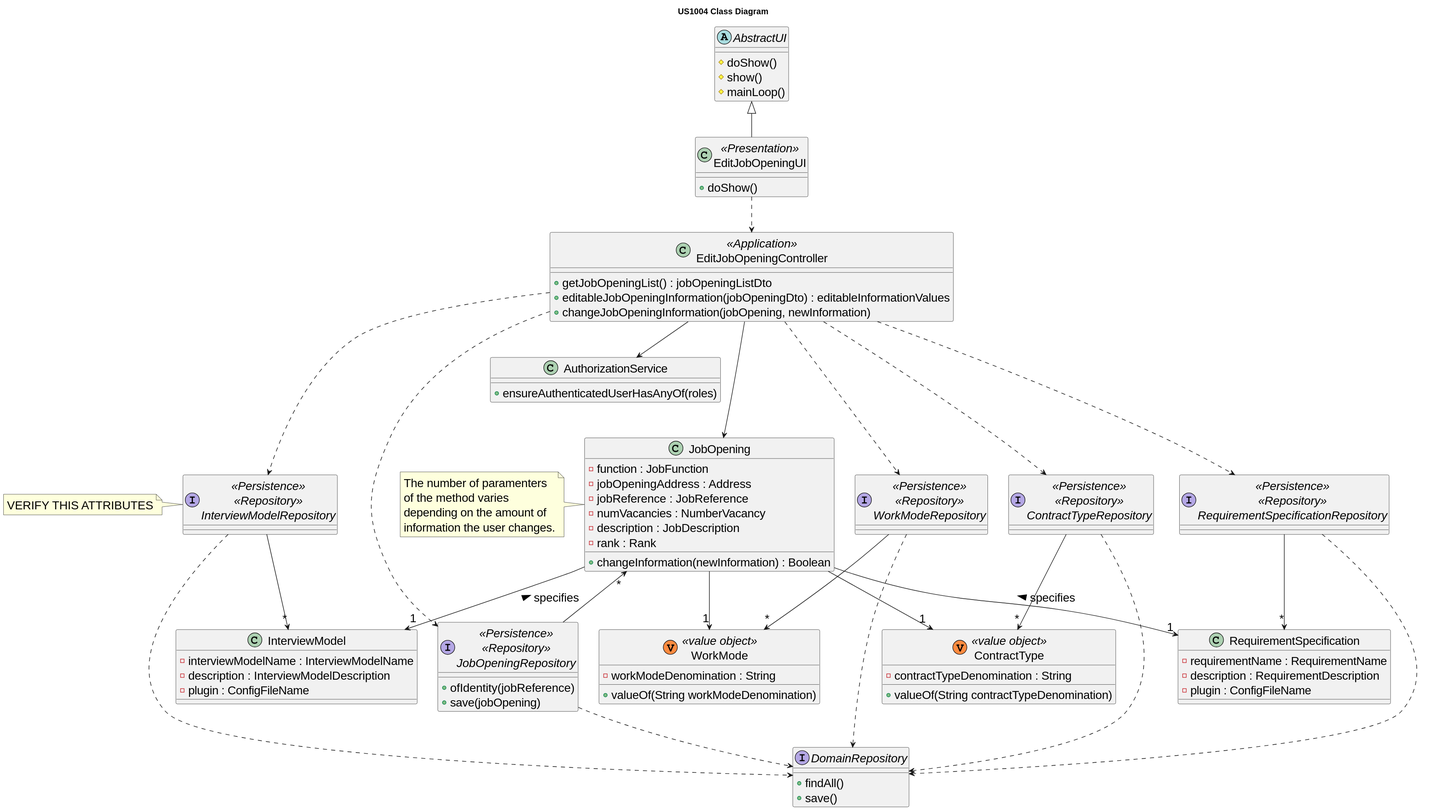
Above: docs/sprint-c/us_1004/class-diagram.svg in rita-barbosa/LAPR4-2324 (PlantUML), before the change.
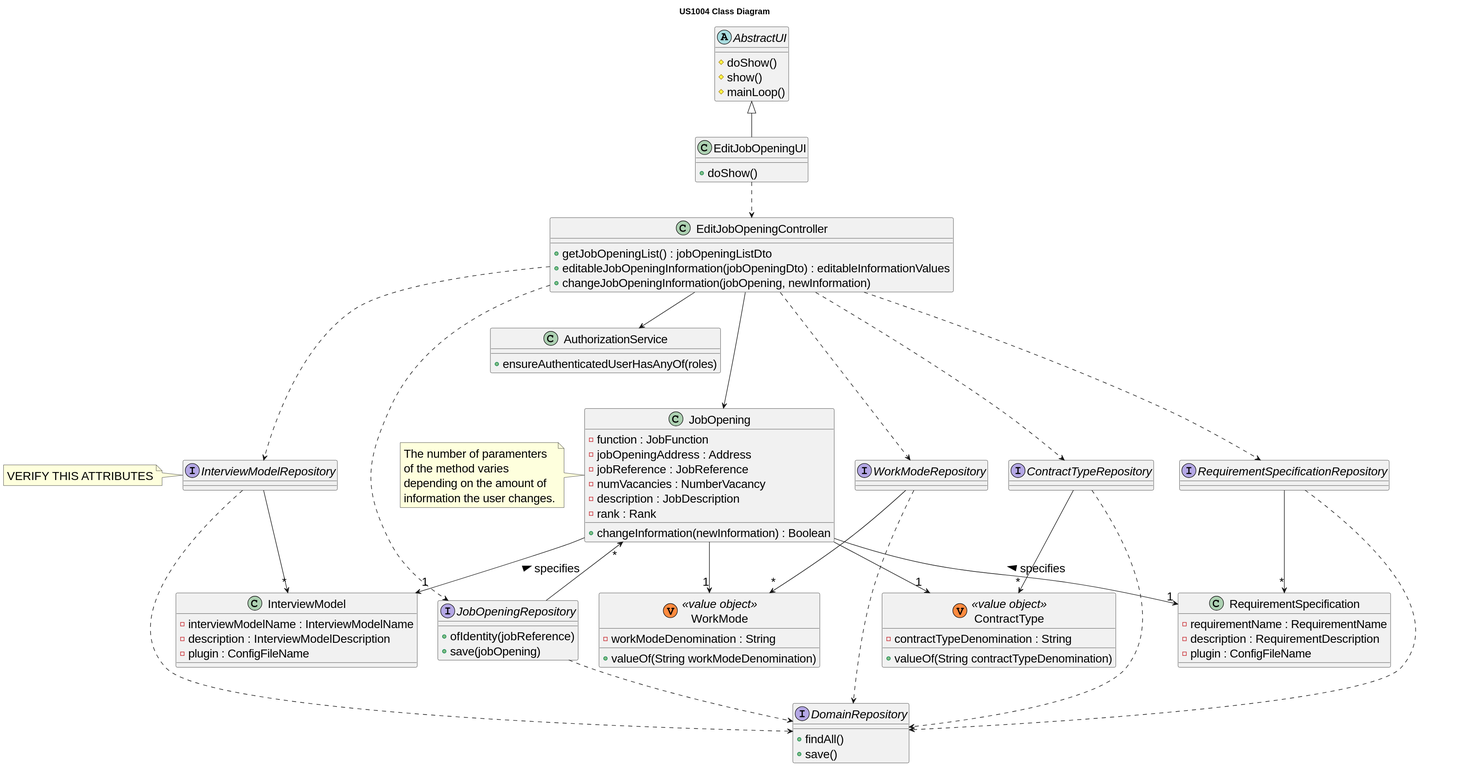
After the change.

Commit message:
docs: updates class diagram svg of us1004. [#162]

The edit, as a diff of the source:
```diff
@@ -12,11 +12,11 @@
 }
 
 
-class EditJobOpeningUI <<Presentation>> {
+class EditJobOpeningUI {
 + doShow()
 }
 
-class EditJobOpeningController <<Application>> {
+class EditJobOpeningController  {
 + getJobOpeningList() : jobOpeningListDto
 + editableJobOpeningInformation(jobOpeningDto) : editableInformationValues
 + changeJobOpeningInformation(jobOpening, newInformation)
@@ -78,21 +78,21 @@
 + valueOf(String contractTypeDenomination)
 }
 
-interface JobOpeningRepository <<Persistence>> <<Repository>> {
+interface JobOpeningRepository {
 + ofIdentity(jobReference)
 + save(jobOpening)
 }
 
-interface WorkModeRepository <<Persistence>> <<Repository>> {
+interface WorkModeRepository {
 }
 
-interface ContractTypeRepository <<Persistence>> <<Repository>> {
+interface ContractTypeRepository {
 }
 
-interface InterviewModelRepository <<Persistence>> <<Repository>> {
+interface InterviewModelRepository {
 }
 
-interface RequirementSpecificationRepository <<Persistence>> <<Repository>> {
+interface RequirementSpecificationRepository {
 }
 
 interface DomainRepository {
```
